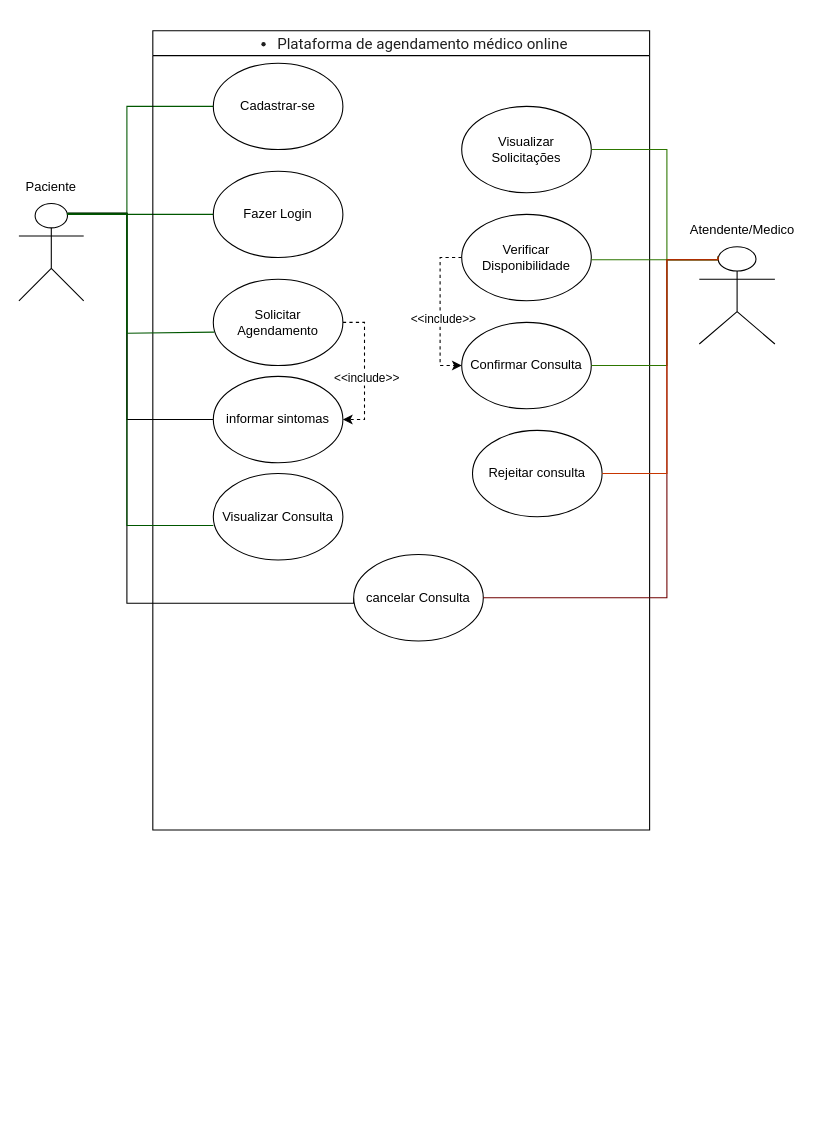
The draw.io diagram Plataforma de agendamento médico onlin.drawio in tailanf1/Aula-de-Diagrama-de-Casos-de-Uso, before the edit. Source tidied: cells renumbered, new cells numbered last; positions are measured from the earlier drawing's top-left corner, leaving out a move shared by most shapes. Both pictures are drawn from the tidied source at 108%, with x=0, y=0 at pixel (18, 30).
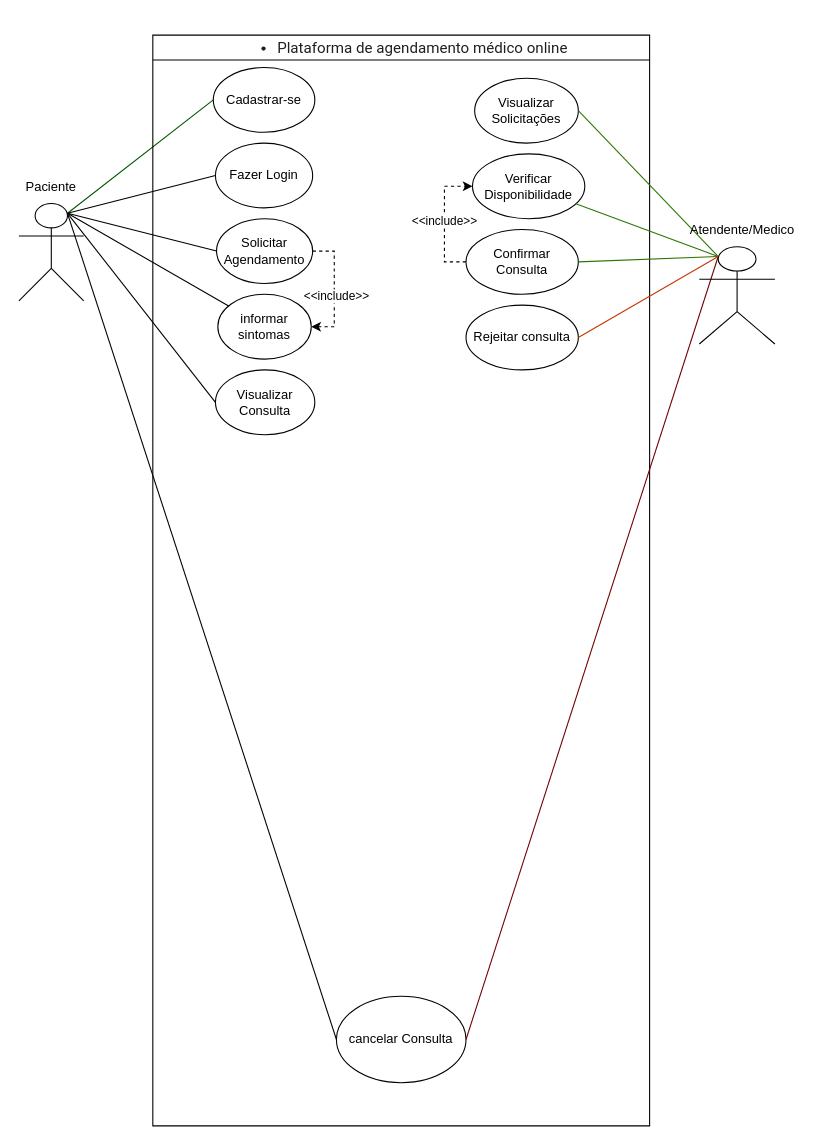
Above is the later version.

The change refers to these unchanged cells:
```xml
<mxCell id="6" style="shape=umlActor;verticalLabelPosition=bottom;verticalAlign=top;html=1;outlineConnect=0;" parent="1" vertex="1">
  <mxGeometry y="160" width="60" height="90" as="geometry" />
</mxCell>
<mxCell id="26" style="shape=umlActor;verticalLabelPosition=bottom;verticalAlign=top;html=1;outlineConnect=0;" parent="1" vertex="1">
  <mxGeometry x="630" y="200" width="70" height="90" as="geometry" />
</mxCell>
```

What changed in the source:
```diff
@@
-    <mxCell id="2" style="edgeStyle=orthogonalEdgeStyle;rounded=0;jettySize=auto;html=1;exitX=0.75;exitY=0.1;exitDx=0;exitDy=0;exitPerimeter=0;entryX=0;entryY=0.5;entryDx=0;entryDy=0;fillColor=#008a00;strokeColor=light-dark(#005700,#00FF00);endArrow=none;endFill=0;" parent="1" edge="1" source="6" target="8">
-      <mxGeometry relative="1" as="geometry">
-        <Array as="points">
-          <mxPoint x="45" y="170" />
-          <mxPoint x="100" y="170" />
-          <mxPoint x="100" y="70" />
-        </Array>
-      </mxGeometry>
+    <mxCell id="2" style="rounded=0;jettySize=auto;html=1;exitX=0.75;exitY=0.1;exitDx=0;exitDy=0;exitPerimeter=0;entryX=0;entryY=0.5;entryDx=0;entryDy=0;fillColor=#008a00;strokeColor=light-dark(#005700,#00FF00);endArrow=none;endFill=0;" parent="1" edge="1" source="6" target="8">
+      <mxGeometry relative="1" as="geometry" />
     </mxCell>
+    <mxCell id="4" style="rounded=0;jettySize=auto;html=1;exitX=0.75;exitY=0.1;exitDx=0;exitDy=0;exitPerimeter=0;entryX=0;entryY=0.5;entryDx=0;entryDy=0;strokeColor=light-dark(#000000,#FF0000);endArrow=none;endFill=0;" parent="1" edge="1" source="6" target="19">
+      <mxGeometry relative="1" as="geometry" />
+    </mxCell>
-    <mxCell id="3" style="edgeStyle=orthogonalEdgeStyle;rounded=0;jettySize=auto;html=1;exitX=0.75;exitY=0.1;exitDx=0;exitDy=0;exitPerimeter=0;fillColor=#008a00;strokeColor=light-dark(#005700,#00FF00);endArrow=none;endFill=0;" parent="1" edge="1" source="6" target="12">
-      <mxGeometry relative="1" as="geometry">
-        <Array as="points">
-          <mxPoint x="45" y="170" />
-        </Array>
-      </mxGeometry>
+    <mxCell id="3" style="rounded=0;jettySize=auto;html=1;exitX=0.75;exitY=0.1;exitDx=0;exitDy=0;exitPerimeter=0;entryX=0;entryY=0.5;entryDx=0;entryDy=0;endArrow=none;endFill=0;strokeColor=light-dark(#000000,#00FF00);" parent="1" edge="1" source="6" target="12">
+      <mxGeometry relative="1" as="geometry" />
     </mxCell>
-    <mxCell id="4" style="edgeStyle=orthogonalEdgeStyle;rounded=0;jettySize=auto;html=1;exitX=0.75;exitY=0.1;exitDx=0;exitDy=0;exitPerimeter=0;entryX=0;entryY=0.5;entryDx=0;entryDy=0;strokeColor=light-dark(#000000,#FF0000);endArrow=none;endFill=0;" parent="1" edge="1" source="6" target="19">
-      <mxGeometry relative="1" as="geometry">
-        <Array as="points">
-          <mxPoint x="100" y="169" />
-          <mxPoint x="100" y="530" />
-          <mxPoint x="310" y="530" />
-        </Array>
-      </mxGeometry>
-    </mxCell>
+    <mxCell id="27" style="rounded=0;jettySize=auto;html=1;exitX=0.75;exitY=0.1;exitDx=0;exitDy=0;exitPerimeter=0;entryX=0;entryY=0.5;entryDx=0;entryDy=0;endArrow=none;endFill=0;strokeColor=light-dark(#000000,#00FF00);" parent="1" edge="1" source="6" target="11">
+      <mxGeometry relative="1" as="geometry" />
+    </mxCell>
-    <mxCell id="5" style="edgeStyle=orthogonalEdgeStyle;rounded=0;jettySize=auto;html=1;exitX=0.75;exitY=0.1;exitDx=0;exitDy=0;exitPerimeter=0;entryX=0;entryY=0.5;entryDx=0;entryDy=0;strokeColor=light-dark(#000000,#00FF00);endArrow=none;endFill=0;" parent="1" edge="1" source="6" target="13">
-      <mxGeometry relative="1" as="geometry">
-        <Array as="points">
-          <mxPoint x="100" y="169" />
-          <mxPoint x="100" y="360" />
-        </Array>
-      </mxGeometry>
+    <mxCell id="5" style="rounded=0;jettySize=auto;html=1;exitX=0.75;exitY=0.1;exitDx=0;exitDy=0;exitPerimeter=0;endArrow=none;endFill=0;strokeColor=light-dark(#000000,#00FF00);" parent="1" edge="1" source="6" target="13">
+      <mxGeometry relative="1" as="geometry" />
     </mxCell>
+    <mxCell id="30" style="rounded=0;jettySize=auto;html=1;exitX=0.75;exitY=0.1;exitDx=0;exitDy=0;exitPerimeter=0;entryX=0;entryY=0.5;entryDx=0;entryDy=0;strokeColor=light-dark(#000000,#00FF00);endArrow=none;endFill=0;" parent="1" edge="1" source="6" target="20">
+      <mxGeometry relative="1" as="geometry" />
+    </mxCell>
@@
     <mxCell id="7" value="&lt;ul style=&quot;-webkit-tap-highlight-color: transparent; list-style-position: initial; list-style-image: initial; margin: 1em 0px; padding: 0px 0px 0px 40px; color: rgb(31, 31, 31); font-family: &amp;quot;Google Sans&amp;quot;, Roboto, Arial, sans-serif; font-size: 14px; font-weight: 400; text-align: start; background-color: rgb(255, 255, 255);&quot;&gt;&lt;li style=&quot;-webkit-tap-highlight-color: transparent;&quot;&gt;Plataforma de agendamento&amp;nbsp;médico online&lt;/li&gt;&lt;/ul&gt;" style="swimlane;whiteSpace=wrap;html=1;" parent="1" vertex="1">
-      <mxGeometry x="124" width="460" height="740" as="geometry" />
+      <mxGeometry x="124" y="4" width="460" height="1010" as="geometry" />
     </mxCell>
     <mxCell id="8" value="Cadastrar-se" style="ellipse;whiteSpace=wrap;html=1;" parent="7" vertex="1">
-      <mxGeometry x="56" y="30" width="120" height="80" as="geometry" />
+      <mxGeometry x="56" y="30" width="94" height="60" as="geometry" />
     </mxCell>
@@
     <mxCell id="11" value="&lt;div&gt;&lt;br&gt;&lt;/div&gt;Solicitar Agendamento&lt;div&gt;&lt;br&gt;&lt;/div&gt;" style="ellipse;whiteSpace=wrap;html=1;" parent="7" vertex="1">
-      <mxGeometry x="56" y="230" width="120" height="80" as="geometry" />
+      <mxGeometry x="59" y="170" width="89" height="60" as="geometry" />
     </mxCell>
     <mxCell id="12" value="Fazer Login" style="ellipse;whiteSpace=wrap;html=1;" parent="7" vertex="1">
-      <mxGeometry x="56" y="130" width="120" height="80" as="geometry" />
+      <mxGeometry x="58" y="100" width="90" height="60" as="geometry" />
     </mxCell>
     <mxCell id="13" value="informar sintomas" style="ellipse;whiteSpace=wrap;html=1;" parent="7" vertex="1">
-      <mxGeometry x="56" y="320" width="120" height="80" as="geometry" />
+      <mxGeometry x="60.2" y="240" width="86.5" height="60" as="geometry" />
     </mxCell>
     <mxCell id="14" value="Visualizar Solicitações" style="ellipse;whiteSpace=wrap;html=1;" parent="7" vertex="1">
-      <mxGeometry x="286" y="70" width="120" height="80" as="geometry" />
+      <mxGeometry x="298" y="40" width="96" height="60" as="geometry" />
     </mxCell>
-    <mxCell id="15" style="edgeStyle=orthogonalEdgeStyle;rounded=0;jettySize=auto;html=1;exitX=0;exitY=0.5;exitDx=0;exitDy=0;entryX=0;entryY=0.5;entryDx=0;entryDy=0;dashed=1;" parent="7" edge="1" source="17" target="18">
-      <mxGeometry relative="1" as="geometry" />
-    </mxCell>
+    <mxCell id="17" value="Verificar Disponibilidade" style="ellipse;whiteSpace=wrap;html=1;" parent="7" vertex="1">
+      <mxGeometry x="296" y="110" width="104" height="60" as="geometry" />
+    </mxCell>
-    <mxCell id="16" value="&amp;lt;&amp;lt;include&amp;gt;&amp;gt;" style="edgeLabel;html=1;align=center;verticalAlign=middle;" parent="15" vertex="1">
-      <mxGeometry x="0.09" y="2" relative="1" as="geometry" />
+    <mxCell id="16" value="&amp;lt;&amp;lt;include&amp;gt;&amp;gt;" style="edgeStyle=orthogonalEdgeStyle;rounded=0;jettySize=auto;html=1;exitX=0;exitY=0.5;exitDx=0;exitDy=0;entryX=0;entryY=0.5;entryDx=0;entryDy=0;dashed=1;" parent="7" edge="1" source="18" target="17">
+      <mxGeometry relative="1" as="geometry" />
     </mxCell>
-    <mxCell id="17" value="Verificar Disponibilidade" style="ellipse;whiteSpace=wrap;html=1;" parent="7" vertex="1">
-      <mxGeometry x="286" y="170" width="120" height="80" as="geometry" />
-    </mxCell>
     <mxCell id="18" value="Confirmar Consulta" style="ellipse;whiteSpace=wrap;html=1;" parent="7" vertex="1">
-      <mxGeometry x="286" y="270" width="120" height="80" as="geometry" />
+      <mxGeometry x="290" y="180" width="104" height="60" as="geometry" />
     </mxCell>
     <mxCell id="19" value="cancelar Consulta" style="ellipse;whiteSpace=wrap;html=1;" parent="7" vertex="1">
-      <mxGeometry x="186" y="485" width="120" height="80" as="geometry" />
+      <mxGeometry x="170" y="890" width="120" height="80" as="geometry" />
     </mxCell>
     <mxCell id="20" value="Visualizar Consulta" style="ellipse;whiteSpace=wrap;html=1;" parent="7" vertex="1">
-      <mxGeometry x="56" y="410" width="120" height="80" as="geometry" />
+      <mxGeometry x="58" y="310" width="92" height="60" as="geometry" />
     </mxCell>
     <mxCell id="21" value="Rejeitar consulta" style="ellipse;whiteSpace=wrap;html=1;" parent="7" vertex="1">
-      <mxGeometry x="296" y="370" width="120" height="80" as="geometry" />
+      <mxGeometry x="290" y="250" width="104" height="60" as="geometry" />
     </mxCell>
-    <mxCell id="22" style="edgeStyle=orthogonalEdgeStyle;rounded=0;jettySize=auto;html=1;exitX=0.25;exitY=0.1;exitDx=0;exitDy=0;exitPerimeter=0;entryX=1;entryY=0.5;entryDx=0;entryDy=0;fillColor=#60a917;strokeColor=light-dark(#2D7600,#00FF00);endArrow=none;endFill=0;" parent="1" edge="1" source="26" target="14">
-      <mxGeometry relative="1" as="geometry">
-        <Array as="points">
-          <mxPoint x="600" y="212" />
-          <mxPoint x="600" y="110" />
-        </Array>
-      </mxGeometry>
+    <mxCell id="22" style="rounded=0;jettySize=auto;html=1;exitX=0.25;exitY=0.1;exitDx=0;exitDy=0;exitPerimeter=0;entryX=1;entryY=0.5;entryDx=0;entryDy=0;fillColor=#60a917;strokeColor=light-dark(#2D7600,#00FF00);endArrow=none;endFill=0;" parent="1" edge="1" source="26" target="14">
+      <mxGeometry relative="1" as="geometry" />
     </mxCell>
-    <mxCell id="23" style="edgeStyle=orthogonalEdgeStyle;rounded=0;jettySize=auto;html=1;exitX=0.25;exitY=0.1;exitDx=0;exitDy=0;exitPerimeter=0;fillColor=#60a917;strokeColor=light-dark(#2D7600,#00FF00);endArrow=none;endFill=0;" parent="1" edge="1" source="26" target="17">
-      <mxGeometry relative="1" as="geometry">
-        <Array as="points">
-          <mxPoint x="610" y="212" />
-          <mxPoint x="610" y="212" />
-        </Array>
-      </mxGeometry>
+    <mxCell id="23" style="rounded=0;jettySize=auto;html=1;exitX=0.25;exitY=0.1;exitDx=0;exitDy=0;exitPerimeter=0;fillColor=#60a917;strokeColor=light-dark(#2D7600,#00FF00);endArrow=none;endFill=0;" parent="1" edge="1" source="26" target="17">
+      <mxGeometry relative="1" as="geometry" />
     </mxCell>
-    <mxCell id="24" style="edgeStyle=orthogonalEdgeStyle;rounded=0;jettySize=auto;html=1;exitX=0.25;exitY=0.1;exitDx=0;exitDy=0;exitPerimeter=0;entryX=1;entryY=0.5;entryDx=0;entryDy=0;fillColor=#60a917;strokeColor=light-dark(#2D7600,#00FF00);endArrow=none;endFill=0;" parent="1" edge="1" source="26" target="18">
-      <mxGeometry relative="1" as="geometry">
-        <Array as="points">
-          <mxPoint x="600" y="212" />
-          <mxPoint x="600" y="310" />
-        </Array>
-      </mxGeometry>
+    <mxCell id="24" style="rounded=0;jettySize=auto;html=1;exitX=0.25;exitY=0.1;exitDx=0;exitDy=0;exitPerimeter=0;entryX=1;entryY=0.5;entryDx=0;entryDy=0;fillColor=#60a917;strokeColor=light-dark(#2D7600,#00FF00);endArrow=none;endFill=0;" parent="1" edge="1" source="26" target="18">
+      <mxGeometry relative="1" as="geometry" />
     </mxCell>
-    <mxCell id="25" style="edgeStyle=orthogonalEdgeStyle;rounded=0;jettySize=auto;html=1;exitX=0.25;exitY=0.1;exitDx=0;exitDy=0;exitPerimeter=0;entryX=1;entryY=0.5;entryDx=0;entryDy=0;fillColor=#a20025;strokeColor=light-dark(#6F0000,#FF0000);endArrow=none;endFill=0;" parent="1" edge="1" source="26" target="19">
-      <mxGeometry relative="1" as="geometry">
-        <Array as="points">
-          <mxPoint x="600" y="212" />
-          <mxPoint x="600" y="525" />
-        </Array>
-      </mxGeometry>
+    <mxCell id="25" style="rounded=0;jettySize=auto;html=1;exitX=0.25;exitY=0.1;exitDx=0;exitDy=0;exitPerimeter=0;entryX=1;entryY=0.5;entryDx=0;entryDy=0;fillColor=#a20025;strokeColor=light-dark(#6F0000,#FF0000);endArrow=none;endFill=0;" parent="1" edge="1" source="26" target="19">
+      <mxGeometry relative="1" as="geometry" />
     </mxCell>
@@
-    <mxCell id="27" style="edgeStyle=orthogonalEdgeStyle;rounded=0;jettySize=auto;html=1;exitX=0.75;exitY=0.1;exitDx=0;exitDy=0;exitPerimeter=0;entryX=0.008;entryY=0.613;entryDx=0;entryDy=0;entryPerimeter=0;fillColor=#008a00;strokeColor=light-dark(#005700,#00FF00);endArrow=none;endFill=0;" parent="1" edge="1" source="6" target="11">
-      <mxGeometry relative="1" as="geometry">
-        <Array as="points">
-          <mxPoint x="45" y="170" />
-          <mxPoint x="100" y="170" />
-          <mxPoint x="100" y="280" />
-        </Array>
-      </mxGeometry>
-    </mxCell>
@@
-    <mxCell id="30" style="edgeStyle=orthogonalEdgeStyle;rounded=0;jettySize=auto;html=1;exitX=0.75;exitY=0.1;exitDx=0;exitDy=0;exitPerimeter=0;entryX=0;entryY=0.6;entryDx=0;entryDy=0;entryPerimeter=0;fillColor=#008a00;strokeColor=light-dark(#005700,#00FF00);endArrow=none;endFill=0;" parent="1" edge="1" source="6" target="20">
-      <mxGeometry relative="1" as="geometry">
-        <Array as="points">
-          <mxPoint x="100" y="169" />
-          <mxPoint x="100" y="458" />
-        </Array>
-      </mxGeometry>
-    </mxCell>
-    <mxCell id="31" style="edgeStyle=orthogonalEdgeStyle;rounded=0;jettySize=auto;html=1;exitX=0.25;exitY=0.1;exitDx=0;exitDy=0;exitPerimeter=0;entryX=1;entryY=0.5;entryDx=0;entryDy=0;fillColor=#fa6800;strokeColor=light-dark(#C73500,#FF8000);endArrow=none;endFill=0;" parent="1" edge="1" source="26" target="21">
-      <mxGeometry relative="1" as="geometry">
-        <Array as="points">
-          <mxPoint x="600" y="212" />
-          <mxPoint x="600" y="410" />
-        </Array>
-      </mxGeometry>
+    <mxCell id="31" style="rounded=0;jettySize=auto;html=1;exitX=0.25;exitY=0.1;exitDx=0;exitDy=0;exitPerimeter=0;entryX=1;entryY=0.5;entryDx=0;entryDy=0;fillColor=#fa6800;strokeColor=light-dark(#C73500,#FF8000);endArrow=none;endFill=0;" parent="1" edge="1" source="26" target="21">
+      <mxGeometry relative="1" as="geometry" />
     </mxCell>
```
